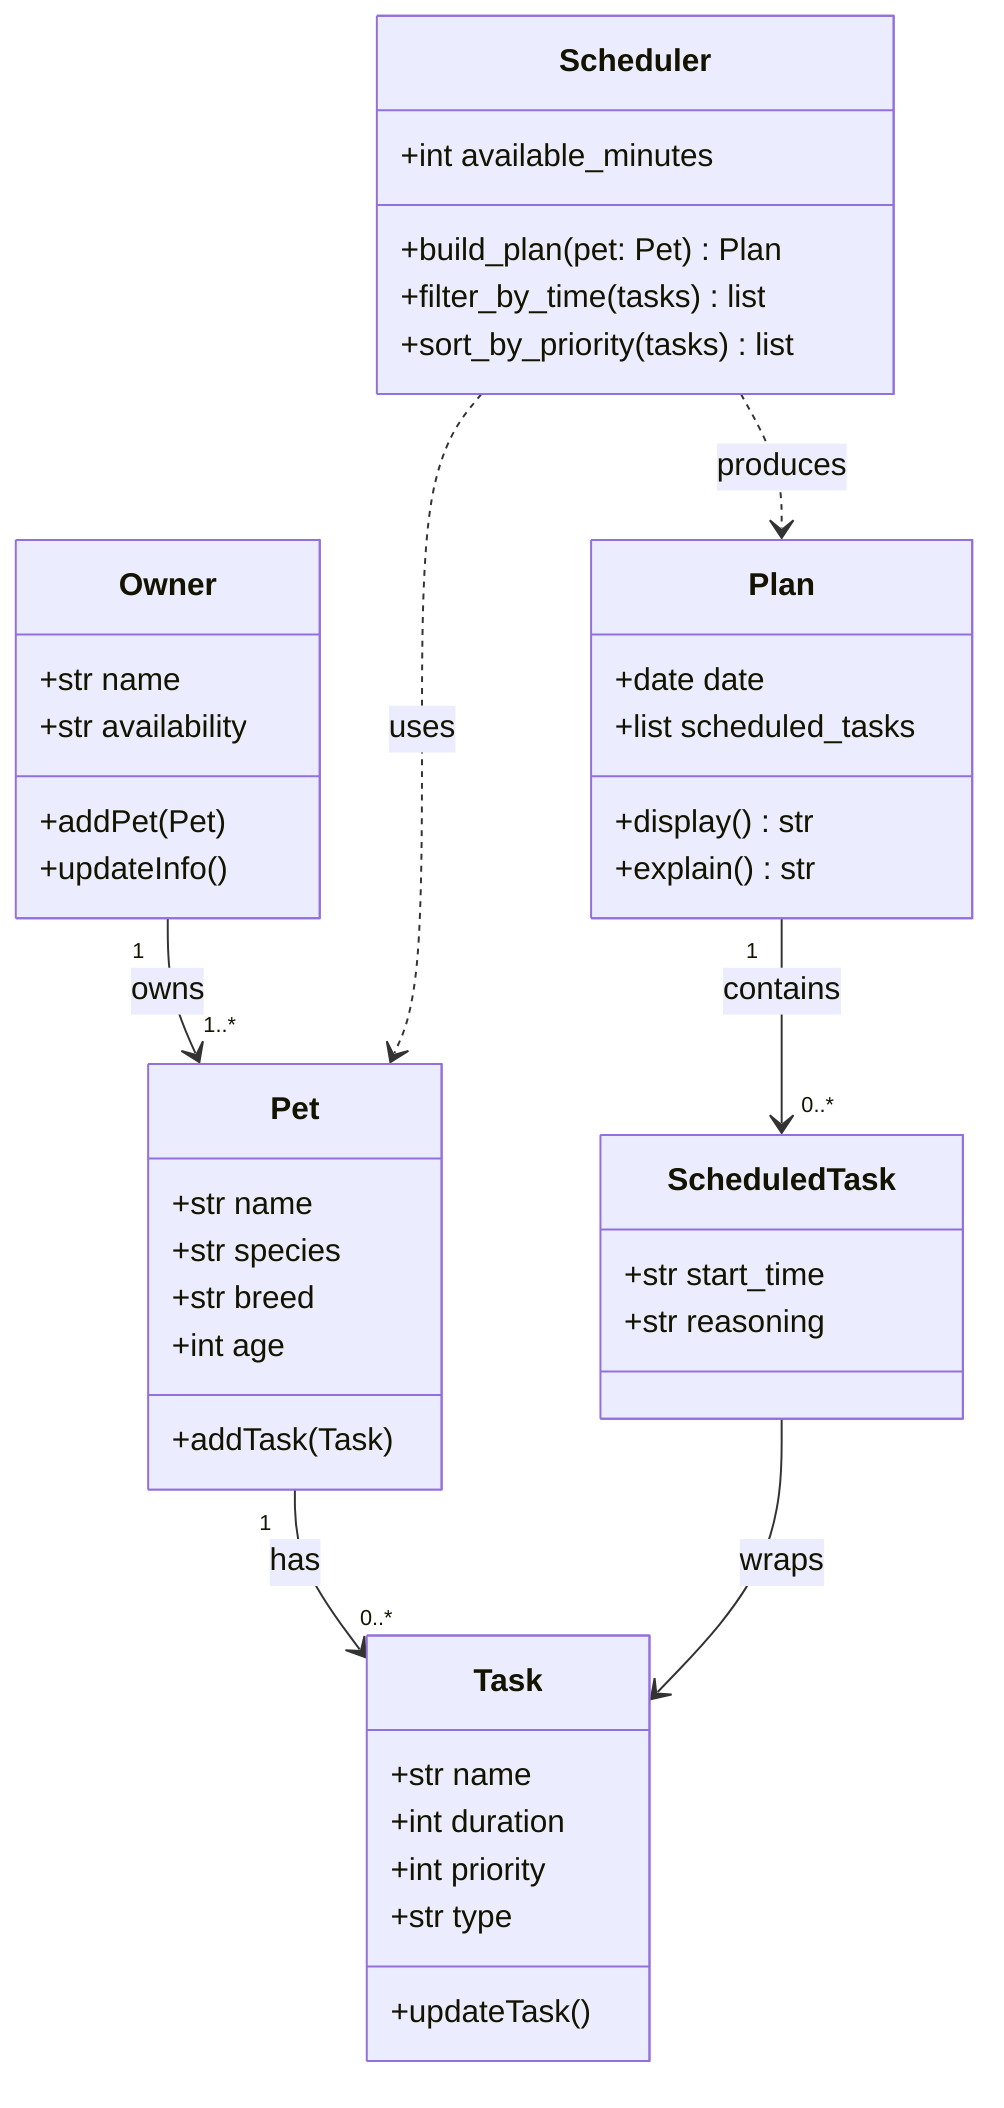
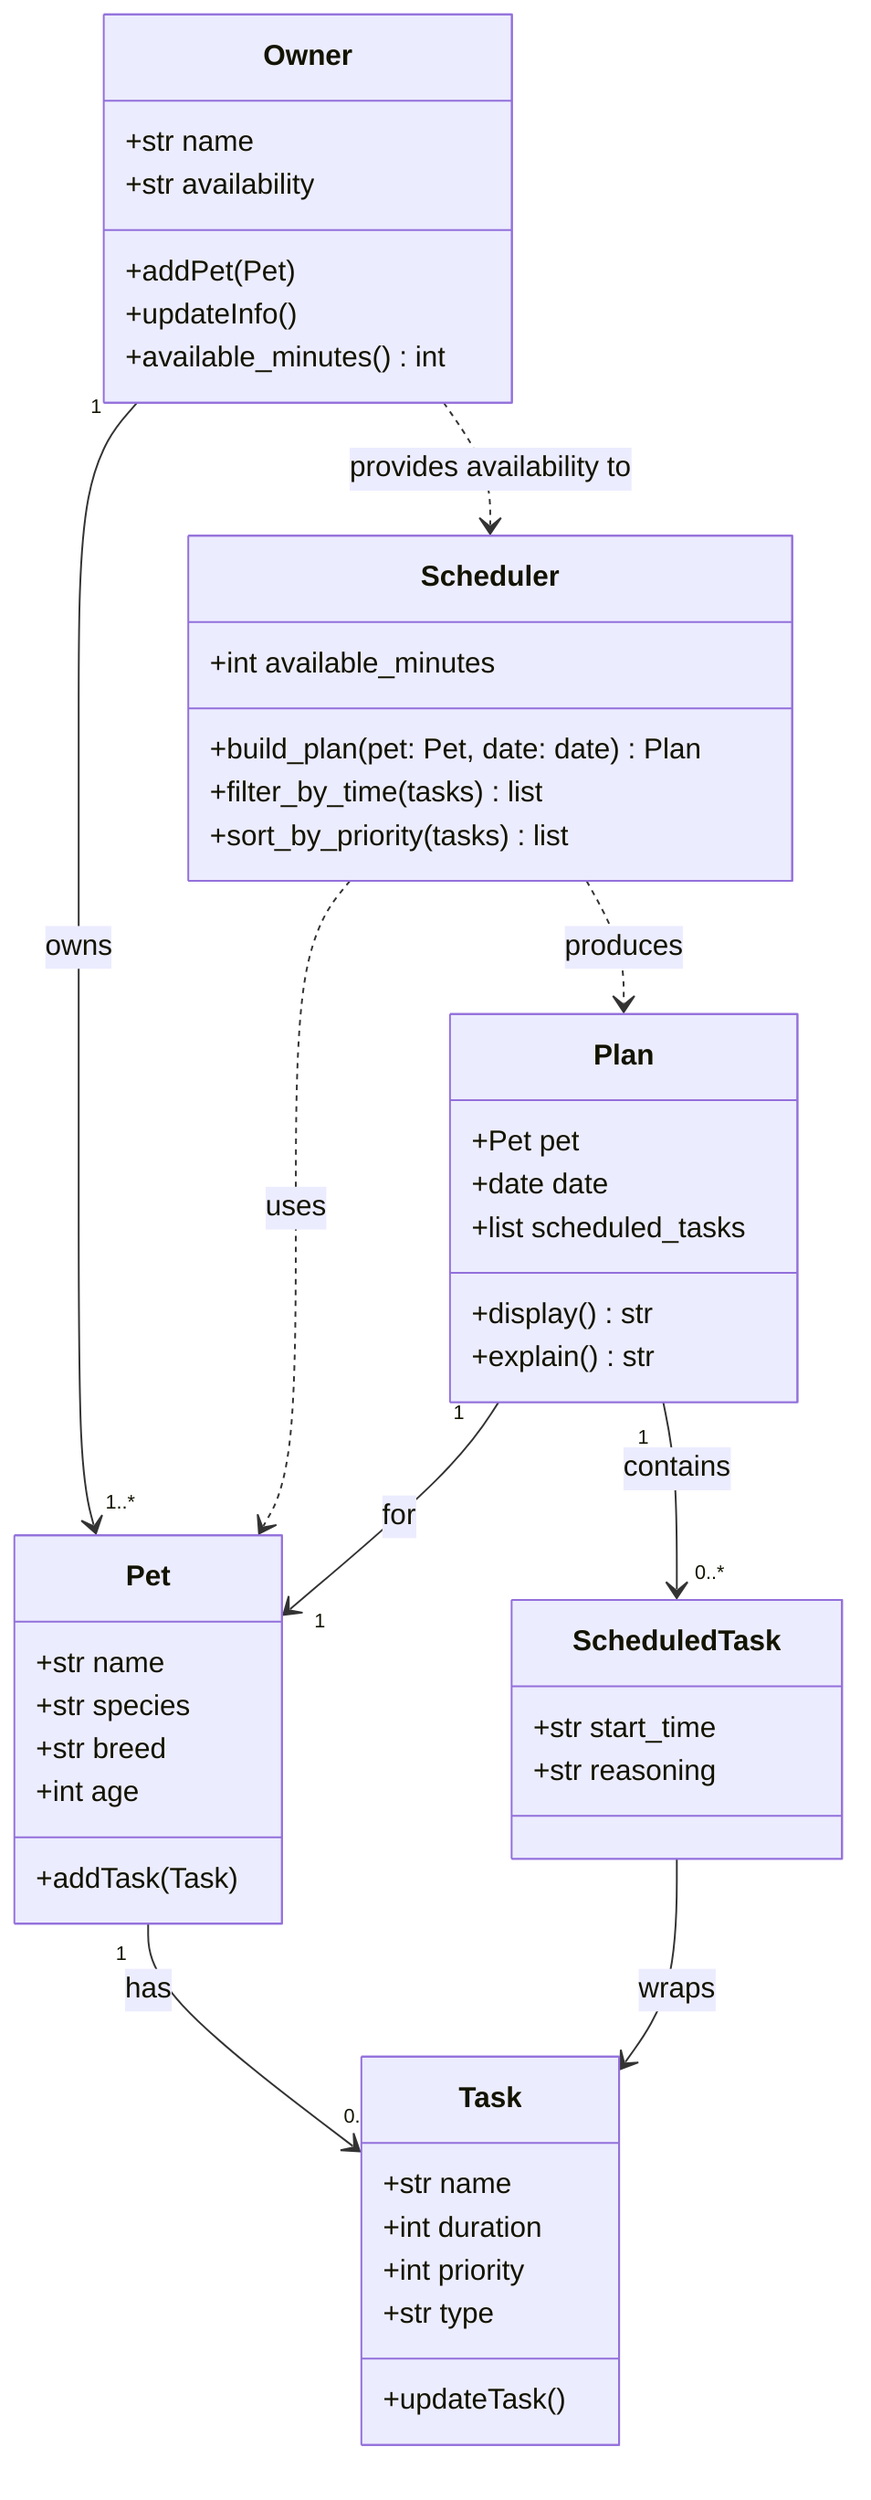
classDiagram
    class Owner {
        +str name
        +str availability
        +addPet(Pet)
        +updateInfo()
+         +available_minutes() int
    }

    class Pet {
        +str name
        +str species
        +str breed
        +int age
        +addTask(Task)
    }

    class Task {
        +str name
        +int duration
        +int priority
        +str type
        +updateTask()
    }

    class Scheduler {
        +int available_minutes
-         +build_plan(pet: Pet) Plan
+         +build_plan(pet: Pet, date: date) Plan
        +filter_by_time(tasks) list
        +sort_by_priority(tasks) list
    }

    class Plan {
+         +Pet pet
        +date date
        +list scheduled_tasks
        +display() str
        +explain() str
    }

    class ScheduledTask {
        +str start_time
        +str reasoning
    }

    Owner "1" --> "1..*" Pet : owns
    Pet "1" --> "0..*" Task : has
+     Owner ..> Scheduler : provides availability to
    Scheduler ..> Pet : uses
    Scheduler ..> Plan : produces
+     Plan "1" --> "1" Pet : for
    Plan "1" --> "0..*" ScheduledTask : contains
    ScheduledTask --> Task : wraps
